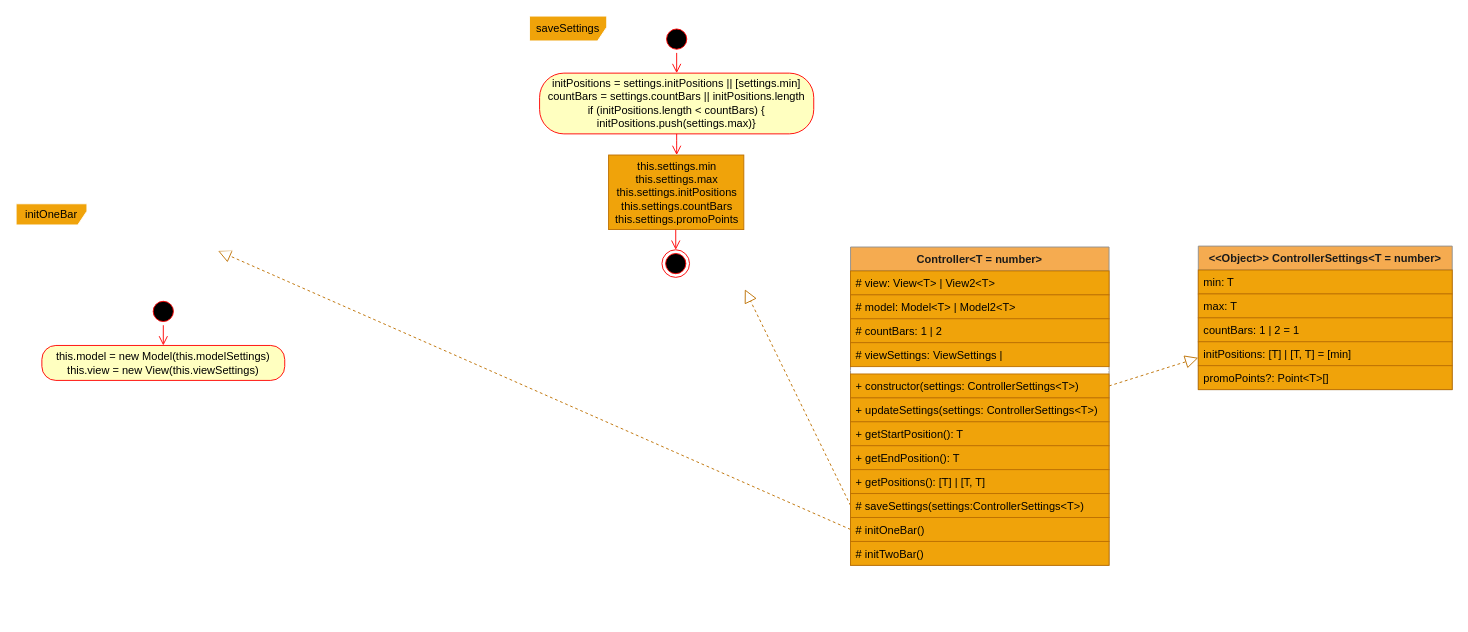
Above: page "Controller" (3 of 7) of src/components/simple/slider/slider.drawio in ArhDemetriy/Slider (draw.io), before the change. Source tidied: cells renumbered, new cells numbered last; positions are measured from the earlier drawing's top-left corner, leaving out a move shared by most shapes. Both pictures are drawn from the tidied source at 92%, with x=0, y=0 at pixel (16, 16).
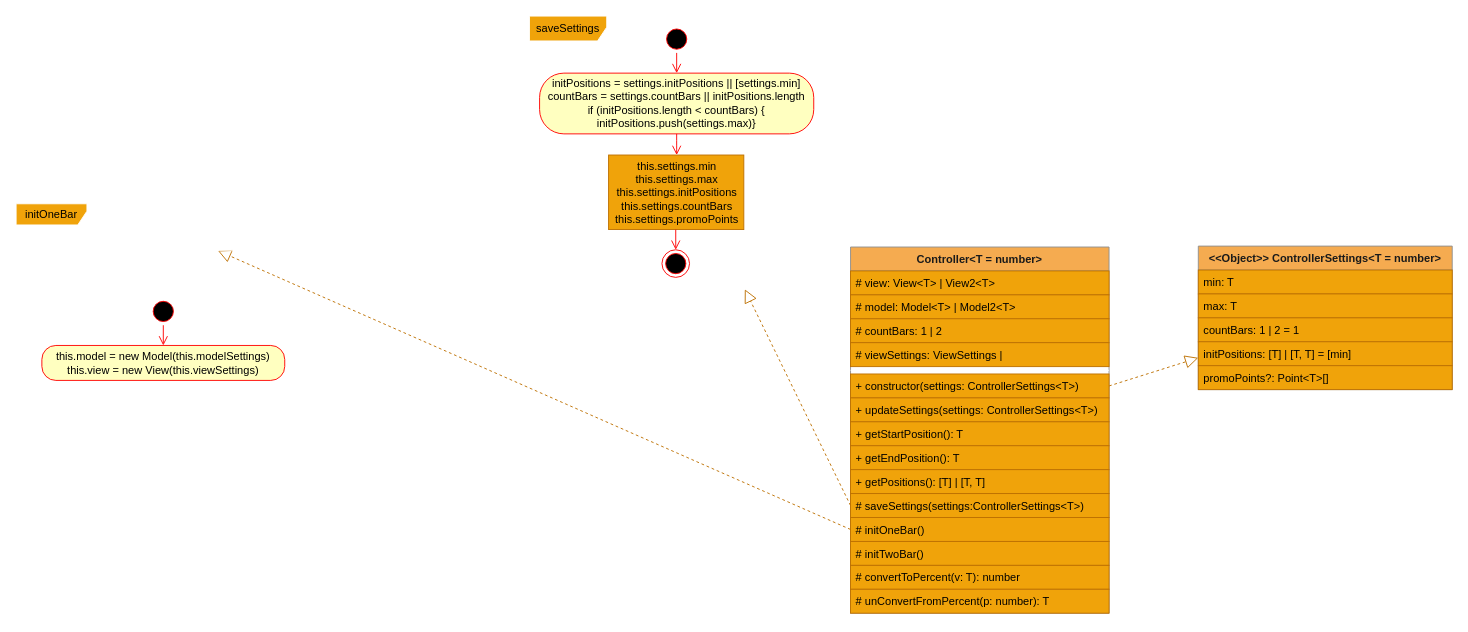
After the change.

The edit, as a diff of the source:
```diff
@@
     <mxCell id="3" value="Controller&lt;T = number&gt;" style="swimlane;fontStyle=1;align=center;verticalAlign=top;horizontal=1;startSize=26;rounded=0;sketch=0;strokeColor=#909090;fillColor=#F5AB50;fontColor=#1A1A1A;" parent="2" vertex="1">
-      <mxGeometry x="907" y="251" width="281" height="346" as="geometry" />
+      <mxGeometry x="907" y="251" width="281" height="398" as="geometry" />
     </mxCell>
@@
+    <mxCell id="40" value="# initTwoBar()" style="text;align=left;verticalAlign=top;spacingLeft=4;spacingRight=4;overflow=hidden;strokeColor=#BD7000;fontColor=#000000;fillColor=#F0A30A;" parent="3" vertex="1">
+      <mxGeometry y="320" width="281" height="26" as="geometry" />
+    </mxCell>
+    <mxCell id="41" value="# convertToPercent(v: T): number" style="text;align=left;verticalAlign=top;spacingLeft=4;spacingRight=4;overflow=hidden;strokeColor=#BD7000;fontColor=#000000;fillColor=#F0A30A;" parent="3" vertex="1">
+      <mxGeometry y="346" width="281" height="26" as="geometry" />
+    </mxCell>
-    <mxCell id="16" value="# initTwoBar()" style="text;align=left;verticalAlign=top;spacingLeft=4;spacingRight=4;overflow=hidden;strokeColor=#BD7000;fontColor=#000000;fillColor=#F0A30A;" parent="3" vertex="1">
-      <mxGeometry y="320" width="281" height="26" as="geometry" />
+    <mxCell id="16" value="# unConvertFromPercent(p: number): T" style="text;align=left;verticalAlign=top;spacingLeft=4;spacingRight=4;overflow=hidden;strokeColor=#BD7000;fontColor=#000000;fillColor=#F0A30A;" parent="3" vertex="1">
+      <mxGeometry y="372" width="281" height="26" as="geometry" />
     </mxCell>
```
